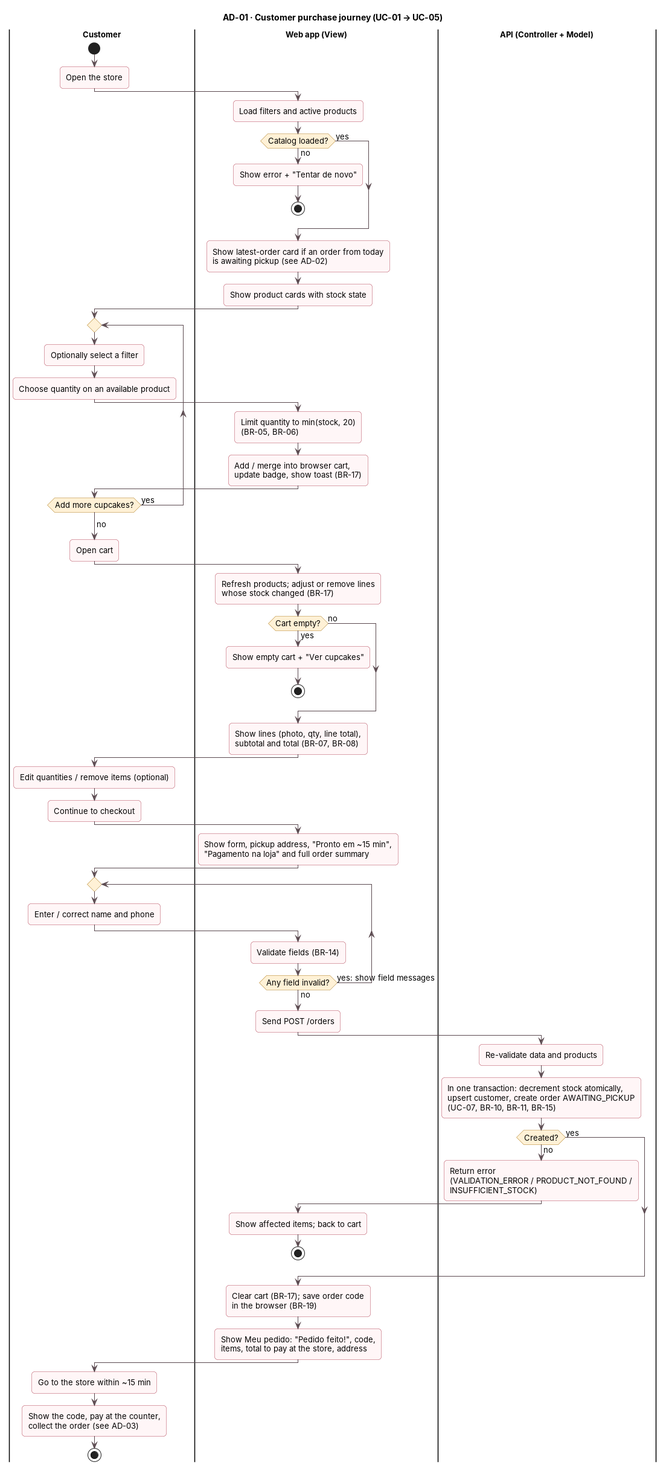
This is docs/diagrams/activity-diagrams/ad-01-purchase-journey.png from tiagopacedev/cupcake-app, a PlantUML export, as it was before one commit. Its diagram source:
```plantuml
@startuml ad-01-purchase-journey
!include ../_style.iuml
title AD-01 · Customer purchase journey (UC-01 → UC-05)

|Customer|
start
:Open the store;
|Web app (View)|
:Load filters and active products;
if (Catalog loaded?) then (no)
  :Show error + "Tentar de novo";
  stop
else (yes)
endif
:Show latest-order card if an order from today\nis awaiting pickup (see AD-02);
:Show product cards with stock state;
|Customer|
repeat
  :Optionally select a filter;
  :Choose quantity on an available product;
  |Web app (View)|
  :Limit quantity to min(stock, 20)\n(BR-05, BR-06);
  :Add / merge into browser cart,\nupdate badge, show toast (BR-17);
  |Customer|
repeat while (Add more cupcakes?) is (yes)
->no;
:Open cart;
|Web app (View)|
:Refresh products; adjust or remove lines\nwhose stock changed (BR-17);
if (Cart empty?) then (yes)
  :Show empty cart + "Ver cupcakes";
  stop
else (no)
endif
:Show lines (photo, qty, line total),\nsubtotal and total (BR-07, BR-08);
|Customer|
:Edit quantities / remove items (optional);
:Continue to checkout;
|Web app (View)|
:Show form, pickup address, "Pronto em ~15 min",\n"Pagamento na loja" and full order summary;
repeat
  |Customer|
  :Enter / correct name and phone;
  |Web app (View)|
  :Validate fields (BR-14);
repeat while (Any field invalid?) is (yes: show field messages) not (no)
:Send POST /orders;
|API (Controller + Model)|
:Re-validate data and products;
:In one transaction: decrement stock atomically,\nupsert customer, create order AWAITING_PICKUP\n(UC-07, BR-10, BR-11, BR-15);
if (Created?) then (no)
  :Return error\n(VALIDATION_ERROR / PRODUCT_NOT_FOUND /\nINSUFFICIENT_STOCK);
  |Web app (View)|
  :Show affected items; back to cart;
  stop
else (yes)
endif
|Web app (View)|
:Clear cart (BR-17); save order code\nin the browser (BR-19);
:Show Meu pedido: "Pedido feito!", code,\nitems, total to pay at the store, address;
|Customer|
:Go to the store within ~15 min;
:Show the code, pay at the counter,\ncollect the order (see AD-03);
stop
@enduml
```
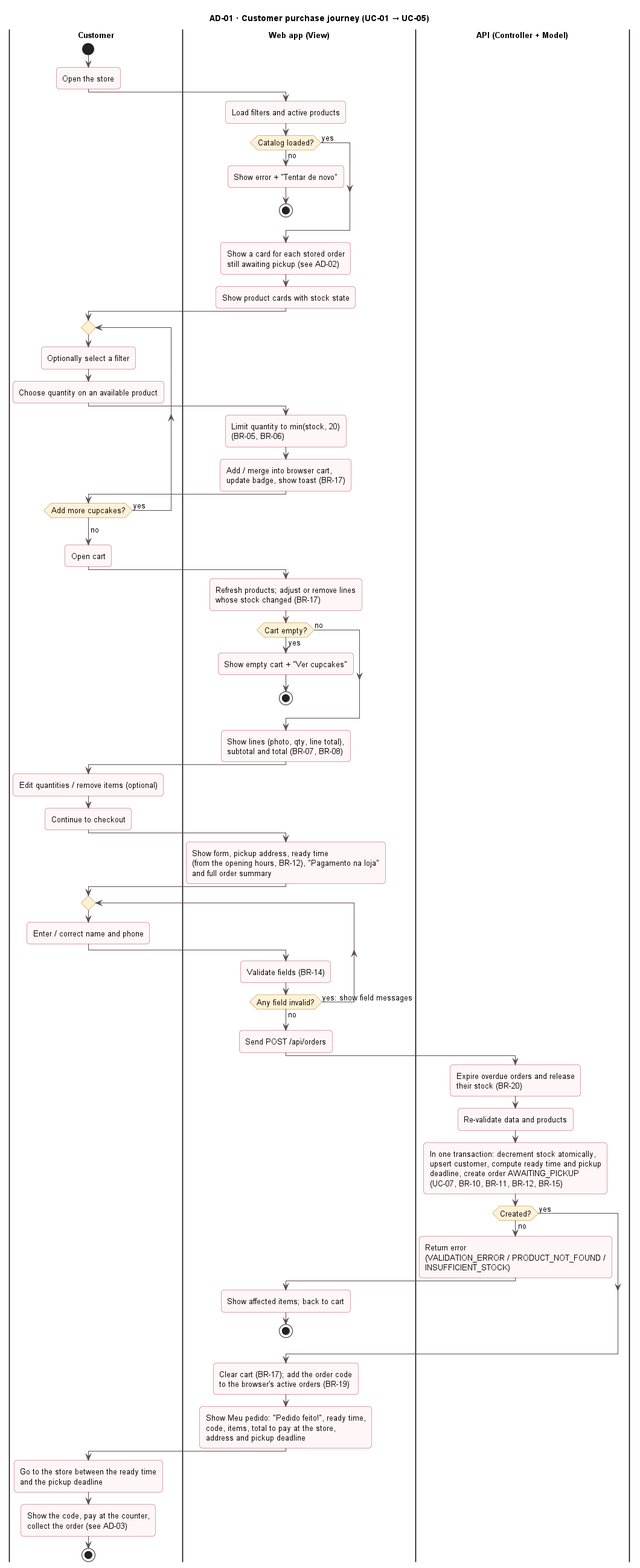
After the change.

Change to the diagram source:
```diff
@@ -12,7 +12,7 @@
   stop
 else (yes)
 endif
-:Show latest-order card if an order from today\nis awaiting pickup (see AD-02);
+:Show a card for each stored order\nstill awaiting pickup (see AD-02);
 :Show product cards with stock state;
 |Customer|
 repeat
@@ -37,17 +37,18 @@
 :Edit quantities / remove items (optional);
 :Continue to checkout;
 |Web app (View)|
-:Show form, pickup address, "Pronto em ~15 min",\n"Pagamento na loja" and full order summary;
+:Show form, pickup address, ready time\n(from the opening hours, BR-12), "Pagamento na loja"\nand full order summary;
 repeat
   |Customer|
   :Enter / correct name and phone;
   |Web app (View)|
   :Validate fields (BR-14);
 repeat while (Any field invalid?) is (yes: show field messages) not (no)
-:Send POST /orders;
+:Send POST /api/orders;
 |API (Controller + Model)|
+:Expire overdue orders and release\ntheir stock (BR-20);
 :Re-validate data and products;
-:In one transaction: decrement stock atomically,\nupsert customer, create order AWAITING_PICKUP\n(UC-07, BR-10, BR-11, BR-15);
+:In one transaction: decrement stock atomically,\nupsert customer, compute ready time and pickup\ndeadline, create order AWAITING_PICKUP\n(UC-07, BR-10, BR-11, BR-12, BR-15);
 if (Created?) then (no)
   :Return error\n(VALIDATION_ERROR / PRODUCT_NOT_FOUND /\nINSUFFICIENT_STOCK);
   |Web app (View)|
@@ -56,10 +57,10 @@
 else (yes)
 endif
 |Web app (View)|
-:Clear cart (BR-17); save order code\nin the browser (BR-19);
-:Show Meu pedido: "Pedido feito!", code,\nitems, total to pay at the store, address;
+:Clear cart (BR-17); add the order code\nto the browser's active orders (BR-19);
+:Show Meu pedido: "Pedido feito!", ready time,\ncode, items, total to pay at the store,\naddress and pickup deadline;
 |Customer|
-:Go to the store within ~15 min;
+:Go to the store between the ready time\nand the pickup deadline;
 :Show the code, pay at the counter,\ncollect the order (see AD-03);
 stop
 @enduml
```
